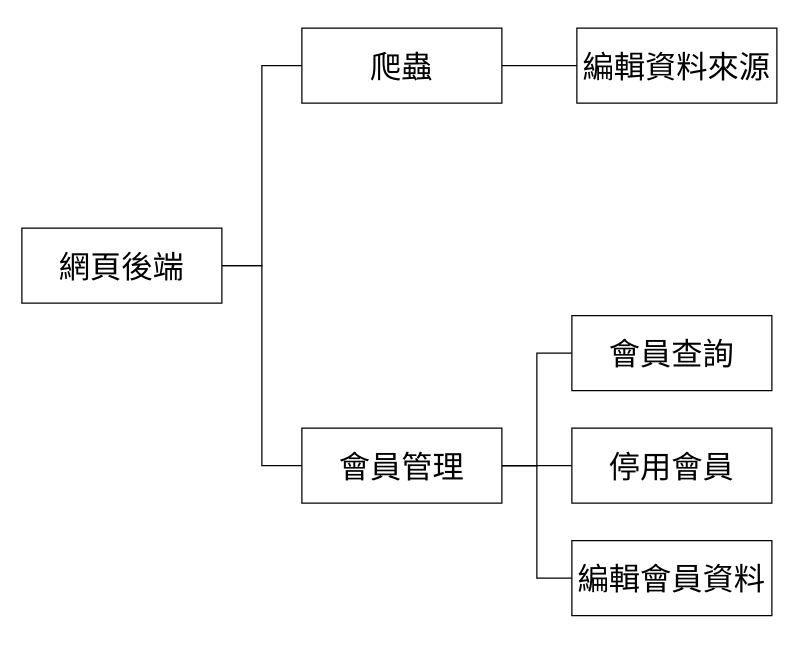
Above: graphs/b1/back end struct.drawio in 7bagbun/grad_prj_docs (draw.io), before the change. Source tidied: cells renumbered, new cells numbered last; positions are measured from the earlier drawing's top-left corner, leaving out a move shared by most shapes. Both pictures are drawn from the tidied source at 125%, with x=0, y=0 at pixel (21, 28).
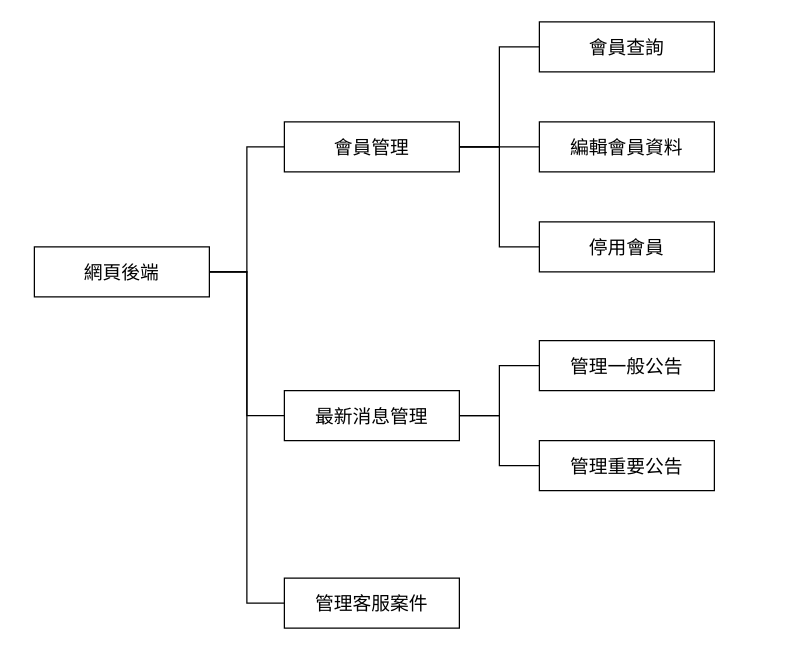
The same page after the edit.

Change to the diagram source:
```diff
@@
-    <mxCell id="2" style="edgeStyle=orthogonalEdgeStyle;rounded=0;jettySize=auto;html=1;entryX=0;entryY=0.5;entryDx=0;entryDy=0;endArrow=none;endFill=0;" parent="1" edge="1" source="4" target="6">
-      <mxGeometry relative="1" as="geometry" />
-    </mxCell>
-    <mxCell id="3" style="edgeStyle=orthogonalEdgeStyle;rounded=0;jettySize=auto;html=1;entryX=0;entryY=0.5;entryDx=0;entryDy=0;endArrow=none;endFill=0;" parent="1" edge="1" source="4" target="10">
-      <mxGeometry relative="1" as="geometry" />
+    <mxCell id="3" style="edgeStyle=orthogonalEdgeStyle;rounded=0;jettySize=auto;html=1;endArrow=none;endFill=0;" parent="1" edge="1" source="4" target="10">
+      <mxGeometry relative="1" as="geometry">
+        <Array as="points">
+          <mxPoint x="180" y="195" />
+          <mxPoint x="180" y="95" />
+        </Array>
+      </mxGeometry>
     </mxCell>
+    <mxCell id="15" style="edgeStyle=orthogonalEdgeStyle;rounded=0;jettySize=auto;html=1;endArrow=none;endFill=0;" parent="1" edge="1" source="4" target="20">
+      <mxGeometry relative="1" as="geometry">
+        <Array as="points">
+          <mxPoint x="180" y="195" />
+          <mxPoint x="180" y="310" />
+        </Array>
+      </mxGeometry>
+    </mxCell>
+    <mxCell id="16" style="edgeStyle=orthogonalEdgeStyle;rounded=0;jettySize=auto;html=1;entryX=0;entryY=0.5;entryDx=0;entryDy=0;endArrow=none;endFill=0;" parent="1" edge="1" source="4" target="24">
+      <mxGeometry relative="1" as="geometry" />
+    </mxCell>
-    <mxCell id="4" value="&lt;font style=&quot;font-size: 25px;&quot;&gt;網頁後端&lt;br&gt;&lt;/font&gt;" style="rounded=0;whiteSpace=wrap;html=1;" parent="1" vertex="1">
-      <mxGeometry y="160" width="160" height="60" as="geometry" />
+    <mxCell id="4" value="&lt;font style=&quot;font-size: 15px;&quot;&gt;網頁後端&lt;/font&gt;" style="rounded=0;whiteSpace=wrap;html=1;direction=east;" parent="1" vertex="1">
+      <mxGeometry x="10" y="175" width="140" height="40" as="geometry" />
     </mxCell>
-    <mxCell id="5" style="edgeStyle=orthogonalEdgeStyle;rounded=0;jettySize=auto;html=1;entryX=0;entryY=0.5;entryDx=0;entryDy=0;endArrow=none;endFill=0;" parent="1" edge="1" source="6" target="14">
-      <mxGeometry relative="1" as="geometry" />
-    </mxCell>
-    <mxCell id="6" value="&lt;font style=&quot;font-size: 25px;&quot;&gt;爬蟲&lt;br&gt;&lt;/font&gt;" style="rounded=0;whiteSpace=wrap;html=1;" parent="1" vertex="1">
-      <mxGeometry x="224" width="160" height="60" as="geometry" />
-    </mxCell>
@@
+    <mxCell id="17" style="edgeStyle=orthogonalEdgeStyle;rounded=0;jettySize=auto;html=1;entryX=0;entryY=0.5;entryDx=0;entryDy=0;endArrow=none;endFill=0;" parent="1" edge="1" source="10" target="21">
+      <mxGeometry relative="1" as="geometry" />
+    </mxCell>
@@
-    <mxCell id="9" style="edgeStyle=orthogonalEdgeStyle;rounded=0;jettySize=auto;html=1;entryX=0;entryY=0.5;entryDx=0;entryDy=0;endArrow=none;endFill=0;" parent="1" edge="1" source="10" target="13">
-      <mxGeometry relative="1" as="geometry" />
-    </mxCell>
-    <mxCell id="10" value="&lt;font style=&quot;font-size: 25px;&quot;&gt;會員管理&lt;br&gt;&lt;/font&gt;" style="rounded=0;whiteSpace=wrap;html=1;" parent="1" vertex="1">
-      <mxGeometry x="224" y="320" width="160" height="60" as="geometry" />
+    <mxCell id="10" value="&lt;font style=&quot;font-size: 15px;&quot;&gt;會員管理&lt;/font&gt;" style="rounded=0;whiteSpace=wrap;html=1;direction=east;" parent="1" vertex="1">
+      <mxGeometry x="210" y="75" width="140" height="40" as="geometry" />
     </mxCell>
+    <mxCell id="18" style="edgeStyle=orthogonalEdgeStyle;rounded=0;jettySize=auto;html=1;entryX=0;entryY=0.5;entryDx=0;entryDy=0;endArrow=none;endFill=0;" parent="1" edge="1" source="20" target="23">
+      <mxGeometry relative="1" as="geometry" />
+    </mxCell>
+    <mxCell id="19" style="edgeStyle=orthogonalEdgeStyle;rounded=0;jettySize=auto;html=1;entryX=0;entryY=0.5;entryDx=0;entryDy=0;endArrow=none;endFill=0;" parent="1" edge="1" source="20" target="22">
+      <mxGeometry relative="1" as="geometry" />
+    </mxCell>
+    <mxCell id="20" value="&lt;font style=&quot;font-size: 15px;&quot;&gt;最新消息管理&lt;/font&gt;" style="rounded=0;whiteSpace=wrap;html=1;direction=east;" parent="1" vertex="1">
+      <mxGeometry x="210" y="290" width="140" height="40" as="geometry" />
+    </mxCell>
-    <mxCell id="11" value="&lt;font style=&quot;font-size: 25px;&quot;&gt;會員查詢&lt;/font&gt;" style="rounded=0;whiteSpace=wrap;html=1;" parent="1" vertex="1">
-      <mxGeometry x="440" y="230" width="160" height="60" as="geometry" />
+    <mxCell id="11" value="&lt;font style=&quot;font-size: 15px;&quot;&gt;會員查詢&lt;/font&gt;" style="rounded=0;whiteSpace=wrap;html=1;direction=east;" parent="1" vertex="1">
+      <mxGeometry x="414" y="-5" width="140" height="40" as="geometry" />
     </mxCell>
+    <mxCell id="21" value="&lt;span style=&quot;font-size: 15px;&quot;&gt;編輯會員資料&lt;/span&gt;" style="rounded=0;whiteSpace=wrap;html=1;direction=east;" parent="1" vertex="1">
+      <mxGeometry x="414" y="75" width="140" height="40" as="geometry" />
+    </mxCell>
-    <mxCell id="12" value="&lt;font style=&quot;font-size: 25px;&quot;&gt;停用會員&lt;/font&gt;" style="rounded=0;whiteSpace=wrap;html=1;" parent="1" vertex="1">
-      <mxGeometry x="440" y="320" width="160" height="60" as="geometry" />
+    <mxCell id="12" value="&lt;span style=&quot;font-size: 15px;&quot;&gt;停用會員&lt;/span&gt;" style="rounded=0;whiteSpace=wrap;html=1;direction=east;" parent="1" vertex="1">
+      <mxGeometry x="414" y="155" width="140" height="40" as="geometry" />
     </mxCell>
-    <mxCell id="13" value="&lt;font style=&quot;font-size: 25px;&quot;&gt;編輯&lt;/font&gt;&lt;font style=&quot;font-size: 25px;&quot;&gt;會員資料&lt;/font&gt;" style="rounded=0;whiteSpace=wrap;html=1;" parent="1" vertex="1">
-      <mxGeometry x="440" y="410" width="160" height="60" as="geometry" />
-    </mxCell>
-    <mxCell id="14" value="&lt;font style=&quot;font-size: 25px;&quot;&gt;編輯資料來源&lt;br&gt;&lt;/font&gt;" style="rounded=0;whiteSpace=wrap;html=1;" parent="1" vertex="1">
-      <mxGeometry x="444" width="160" height="60" as="geometry" />
-    </mxCell>
+    <mxCell id="22" value="&lt;font style=&quot;font-size: 15px;&quot;&gt;管理重要公告&lt;/font&gt;" style="rounded=0;whiteSpace=wrap;html=1;direction=east;" parent="1" vertex="1">
+      <mxGeometry x="414" y="330" width="140" height="40" as="geometry" />
+    </mxCell>
+    <mxCell id="23" value="&lt;font style=&quot;font-size: 15px;&quot;&gt;管理一般公告&lt;/font&gt;" style="rounded=0;whiteSpace=wrap;html=1;direction=east;" parent="1" vertex="1">
+      <mxGeometry x="414" y="250" width="140" height="40" as="geometry" />
+    </mxCell>
+    <mxCell id="24" value="&lt;font style=&quot;font-size: 15px;&quot;&gt;管理客服案件&lt;/font&gt;" style="rounded=0;whiteSpace=wrap;html=1;direction=east;" parent="1" vertex="1">
+      <mxGeometry x="210" y="440" width="140" height="40" as="geometry" />
+    </mxCell>
```
